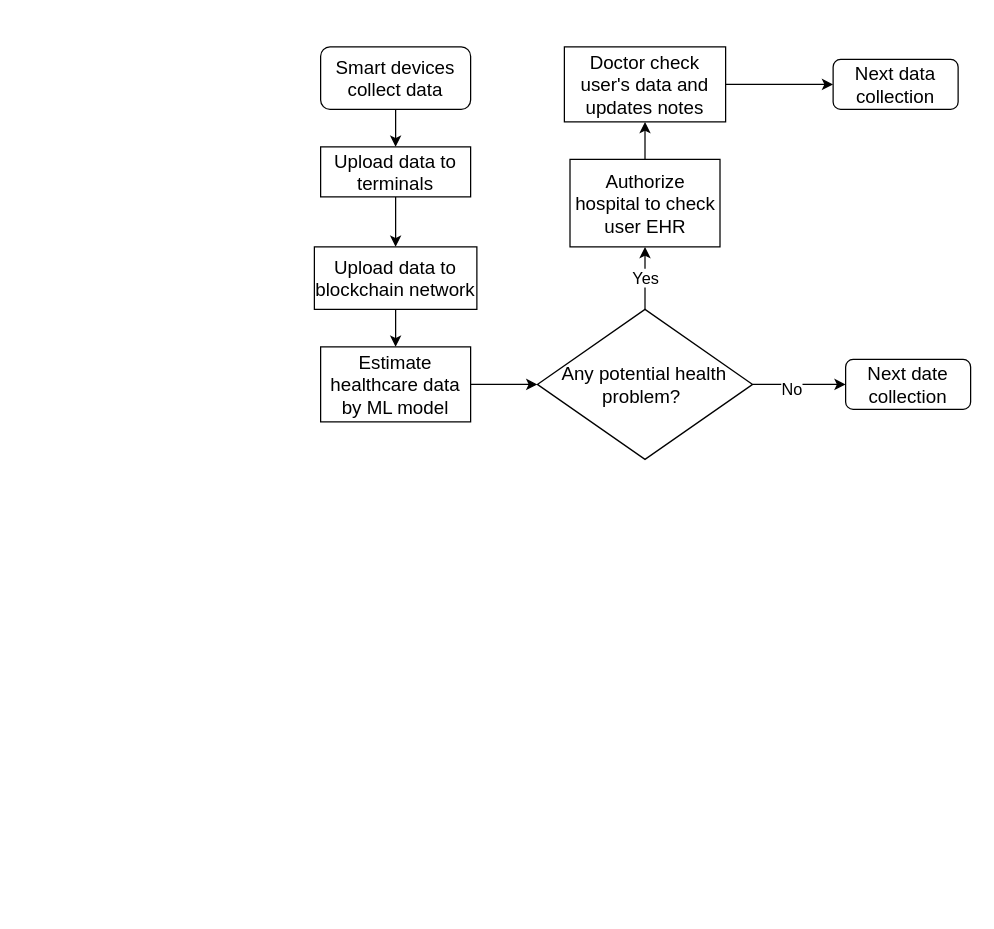
Earlier version of the draw.io diagram PatientDocorComunicationFlowchart.drawio (unnc-fose-20126522/Health-Status-Monitoring-System-based-on-Hyperledger-Fabric-and-ModeChain). Source tidied: cells renumbered, new cells numbered last; positions are measured from the earlier drawing's top-left corner, leaving out a move shared by most shapes. Both pictures are drawn from the tidied source at 125%, with x=0, y=0 at pixel (314, 46).
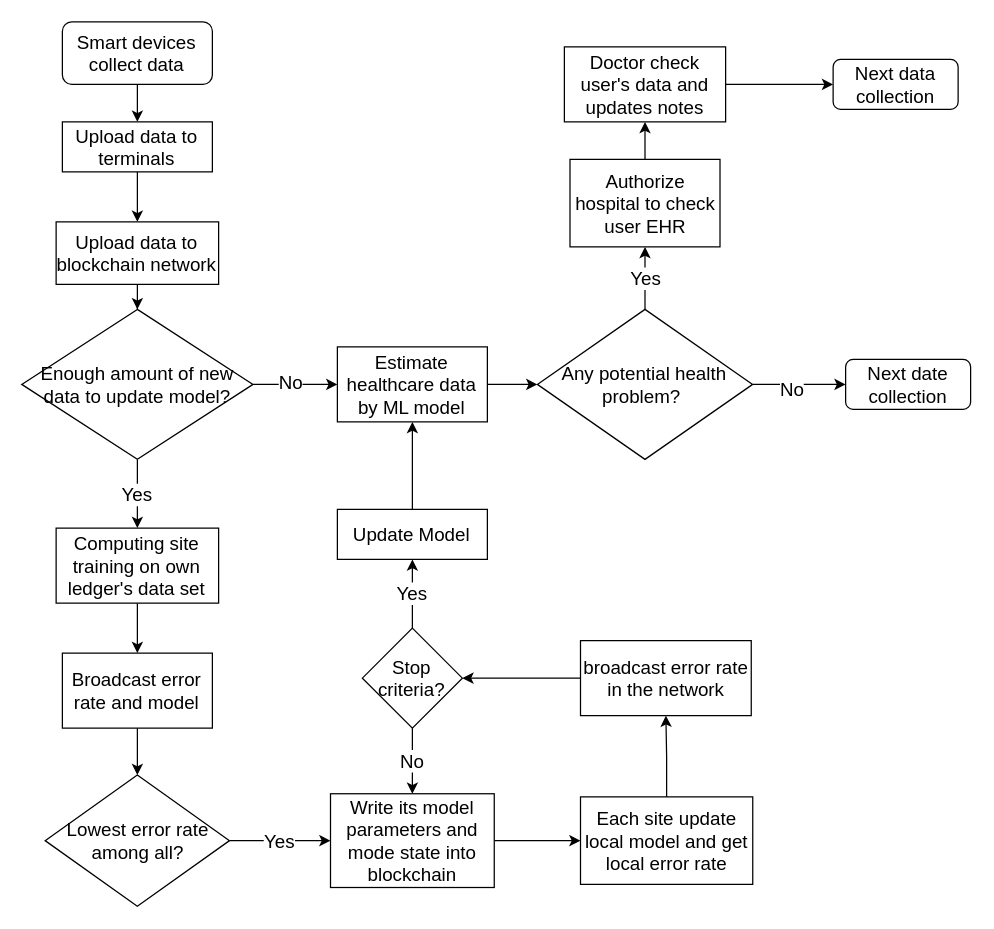
After the change.

The change refers to these unchanged cells:
```xml
<mxCell id="9" style="edgeStyle=orthogonalEdgeStyle;rounded=0;jettySize=auto;html=1;" parent="1" edge="1" source="11" target="18">
  <mxGeometry relative="1" as="geometry" />
</mxCell>
<mxCell id="11" value="&lt;font style=&quot;font-size: 15px&quot;&gt;Any potential health problem?&amp;nbsp;&lt;/font&gt;" style="rhombus;whiteSpace=wrap;html=1;rounded=0;" parent="1" vertex="1">
  <mxGeometry x="178.4" y="210" width="172.2" height="120" as="geometry" />
</mxCell>
<mxCell id="13" value="&lt;font style=&quot;font-size: 15px&quot;&gt;Authorize hospital to check user EHR&lt;/font&gt;" style="whiteSpace=wrap;html=1;rounded=0;" parent="1" vertex="1">
  <mxGeometry x="204.5" y="90" width="120" height="70" as="geometry" />
</mxCell>
```

What changed in the source:
```diff
@@
     <mxCell id="3" value="&lt;font style=&quot;font-size: 15px&quot;&gt;Smart devices collect data&lt;/font&gt;" style="rounded=1;whiteSpace=wrap;html=1;fontSize=12;glass=0;strokeWidth=1;shadow=0;" parent="1" vertex="1">
-      <mxGeometry x="5" width="120" height="50" as="geometry" />
+      <mxGeometry x="-201.6" y="-20" width="120" height="50" as="geometry" />
     </mxCell>
@@
     <mxCell id="5" value="&lt;font style=&quot;font-size: 15px&quot;&gt;Upload data to terminals&lt;/font&gt;" style="rounded=0;whiteSpace=wrap;html=1;" parent="1" vertex="1">
-      <mxGeometry x="5" y="80" width="120" height="40" as="geometry" />
+      <mxGeometry x="-201.6" y="60" width="120" height="40" as="geometry" />
     </mxCell>
-    <mxCell id="6" style="edgeStyle=orthogonalEdgeStyle;rounded=0;jettySize=auto;html=1;" parent="1" edge="1" source="7" target="15">
-      <mxGeometry relative="1" as="geometry" />
-    </mxCell>
+    <mxCell id="20" style="edgeStyle=orthogonalEdgeStyle;rounded=0;jettySize=auto;html=1;fontSize=13;" parent="1" edge="1" source="7" target="39">
+      <mxGeometry relative="1" as="geometry" />
+    </mxCell>
     <mxCell id="7" value="&lt;font style=&quot;font-size: 15px&quot;&gt;Upload data to blockchain network&lt;/font&gt;" style="whiteSpace=wrap;html=1;rounded=0;" parent="1" vertex="1">
-      <mxGeometry y="160" width="130" height="50" as="geometry" />
+      <mxGeometry x="-206.6" y="140" width="130" height="50" as="geometry" />
     </mxCell>
-    <mxCell id="8" value="&lt;font style=&quot;font-size: 13px&quot;&gt;Yes&lt;/font&gt;" style="edgeStyle=orthogonalEdgeStyle;rounded=0;jettySize=auto;html=1;" parent="1" edge="1" source="11" target="13">
+    <mxCell id="8" value="&lt;font style=&quot;font-size: 15px&quot;&gt;Yes&lt;/font&gt;" style="edgeStyle=orthogonalEdgeStyle;rounded=0;jettySize=auto;html=1;" parent="1" edge="1" source="11" target="13">
       <mxGeometry relative="1" as="geometry" />
     </mxCell>
@@
-    <mxCell id="10" value="&lt;font style=&quot;font-size: 13px&quot;&gt;No&lt;/font&gt;" style="edgeLabel;html=1;align=center;verticalAlign=middle;" parent="9" vertex="1">
+    <mxCell id="10" value="&lt;font style=&quot;font-size: 15px&quot;&gt;No&lt;/font&gt;" style="edgeLabel;html=1;align=center;verticalAlign=middle;" parent="9" vertex="1">
       <mxGeometry x="-0.16" y="-3" relative="1" as="geometry" />
     </mxCell>
@@
     <mxCell id="15" value="&lt;span&gt;&lt;font style=&quot;font-size: 15px&quot;&gt;Estimate healthcare data by ML model&lt;/font&gt;&lt;/span&gt;" style="whiteSpace=wrap;html=1;rounded=0;" parent="1" vertex="1">
-      <mxGeometry x="5" y="240" width="120" height="60" as="geometry" />
+      <mxGeometry x="18.4" y="240" width="120" height="60" as="geometry" />
     </mxCell>
@@
+    <mxCell id="21" style="edgeStyle=orthogonalEdgeStyle;rounded=0;jettySize=auto;html=1;exitX=0.5;exitY=1;exitDx=0;exitDy=0;" parent="1" edge="1" source="30" target="25">
+      <mxGeometry relative="1" as="geometry" />
+    </mxCell>
+    <mxCell id="22" style="edgeStyle=orthogonalEdgeStyle;rounded=0;jettySize=auto;html=1;" parent="1" edge="1" source="23" target="30">
+      <mxGeometry relative="1" as="geometry" />
+    </mxCell>
+    <mxCell id="23" value="&lt;font style=&quot;font-size: 15px&quot;&gt;Computing site training on own ledger's data set&lt;/font&gt;" style="rounded=0;whiteSpace=wrap;html=1;" parent="1" vertex="1">
+      <mxGeometry x="-206.6" y="385" width="130" height="60" as="geometry" />
+    </mxCell>
+    <mxCell id="24" value="Yes" style="edgeStyle=orthogonalEdgeStyle;rounded=0;jettySize=auto;html=1;entryX=0;entryY=0.5;entryDx=0;entryDy=0;fontSize=15;" parent="1" edge="1" source="25" target="27">
+      <mxGeometry relative="1" as="geometry" />
+    </mxCell>
+    <mxCell id="25" value="&lt;font style=&quot;font-size: 15px&quot;&gt;Lowest error rate among all?&lt;/font&gt;" style="rhombus;whiteSpace=wrap;html=1;rounded=0;" parent="1" vertex="1">
+      <mxGeometry x="-215.4" y="582.5" width="147.5" height="105" as="geometry" />
+    </mxCell>
+    <mxCell id="26" style="edgeStyle=orthogonalEdgeStyle;rounded=0;jettySize=auto;html=1;entryX=0;entryY=0.5;entryDx=0;entryDy=0;fontSize=15;" parent="1" edge="1" source="27" target="29">
+      <mxGeometry relative="1" as="geometry" />
+    </mxCell>
+    <mxCell id="27" value="&lt;font style=&quot;font-size: 15px&quot;&gt;Write its model parameters and mode state into blockchain&lt;/font&gt;" style="rounded=0;whiteSpace=wrap;html=1;" parent="1" vertex="1">
+      <mxGeometry x="12.9" y="597.5" width="131" height="75" as="geometry" />
+    </mxCell>
+    <mxCell id="28" style="edgeStyle=orthogonalEdgeStyle;rounded=0;jettySize=auto;html=1;entryX=0.5;entryY=1;entryDx=0;entryDy=0;fontSize=15;" parent="1" edge="1" source="29" target="32">
+      <mxGeometry relative="1" as="geometry" />
+    </mxCell>
+    <mxCell id="29" value="&lt;font style=&quot;font-size: 15px&quot;&gt;Each site update local model and get local error rate&lt;/font&gt;" style="whiteSpace=wrap;html=1;rounded=0;" parent="1" vertex="1">
+      <mxGeometry x="212.9" y="600" width="137.8" height="70" as="geometry" />
+    </mxCell>
+    <mxCell id="30" value="&lt;font style=&quot;font-size: 15px&quot;&gt;Broadcast error rate and model&lt;/font&gt;" style="whiteSpace=wrap;html=1;rounded=0;" parent="1" vertex="1">
+      <mxGeometry x="-201.6" y="485" width="120" height="60" as="geometry" />
+    </mxCell>
+    <mxCell id="31" style="edgeStyle=orthogonalEdgeStyle;rounded=0;jettySize=auto;html=1;entryX=1;entryY=0.5;entryDx=0;entryDy=0;fontSize=15;" parent="1" edge="1" source="32" target="35">
+      <mxGeometry relative="1" as="geometry" />
+    </mxCell>
+    <mxCell id="32" value="&lt;span&gt;&lt;font style=&quot;font-size: 15px&quot;&gt;broadcast error rate in the network&lt;/font&gt;&lt;/span&gt;" style="whiteSpace=wrap;html=1;rounded=0;" parent="1" vertex="1">
+      <mxGeometry x="212.9" y="475" width="136.6" height="60" as="geometry" />
+    </mxCell>
+    <mxCell id="33" value="Yes" style="edgeStyle=orthogonalEdgeStyle;rounded=0;jettySize=auto;html=1;entryX=0.5;entryY=1;entryDx=0;entryDy=0;fontSize=15;" parent="1" edge="1" source="35" target="41">
+      <mxGeometry relative="1" as="geometry" />
+    </mxCell>
+    <mxCell id="34" value="No" style="edgeStyle=orthogonalEdgeStyle;rounded=0;jettySize=auto;html=1;fontSize=15;" parent="1" edge="1" source="35" target="27">
+      <mxGeometry relative="1" as="geometry">
+        <Array as="points">
+          <mxPoint x="78.4" y="570" />
+          <mxPoint x="78.4" y="570" />
+        </Array>
+      </mxGeometry>
+    </mxCell>
+    <mxCell id="35" value="&lt;font style=&quot;font-size: 15px&quot;&gt;Stop criteria?&lt;/font&gt;" style="rhombus;whiteSpace=wrap;html=1;" parent="1" vertex="1">
+      <mxGeometry x="38.4" y="465" width="80" height="80" as="geometry" />
+    </mxCell>
+    <mxCell id="36" style="edgeStyle=orthogonalEdgeStyle;rounded=0;jettySize=auto;html=1;entryX=0;entryY=0.5;entryDx=0;entryDy=0;fontSize=15;" parent="1" edge="1" source="39" target="15">
+      <mxGeometry relative="1" as="geometry" />
+    </mxCell>
+    <mxCell id="37" value="No" style="edgeLabel;html=1;align=center;verticalAlign=middle;fontSize=15;" parent="36" vertex="1">
+      <mxGeometry x="-0.11" y="3" relative="1" as="geometry" />
+    </mxCell>
+    <mxCell id="38" value="Yes" style="edgeStyle=orthogonalEdgeStyle;rounded=0;jettySize=auto;html=1;entryX=0.5;entryY=0;entryDx=0;entryDy=0;fontSize=15;" parent="1" edge="1" source="39" target="23">
+      <mxGeometry relative="1" as="geometry" />
+    </mxCell>
+    <mxCell id="39" value="&lt;font style=&quot;font-size: 15px&quot;&gt;Enough amount of new&lt;font style=&quot;font-size: 15px&quot;&gt; &lt;/font&gt;data to update model?&lt;/font&gt;" style="rhombus;whiteSpace=wrap;html=1;rounded=0;" parent="1" vertex="1">
+      <mxGeometry x="-234.1" y="210" width="185" height="120" as="geometry" />
+    </mxCell>
+    <mxCell id="40" style="edgeStyle=orthogonalEdgeStyle;rounded=0;jettySize=auto;html=1;entryX=0.5;entryY=1;entryDx=0;entryDy=0;fontSize=15;" parent="1" edge="1" source="41" target="15">
+      <mxGeometry relative="1" as="geometry" />
+    </mxCell>
+    <mxCell id="41" value="&lt;font style=&quot;font-size: 15px&quot;&gt;Update Model&lt;/font&gt;" style="whiteSpace=wrap;html=1;rounded=0;" parent="1" vertex="1">
+      <mxGeometry x="18.4" y="370" width="120" height="40" as="geometry" />
+    </mxCell>
```
